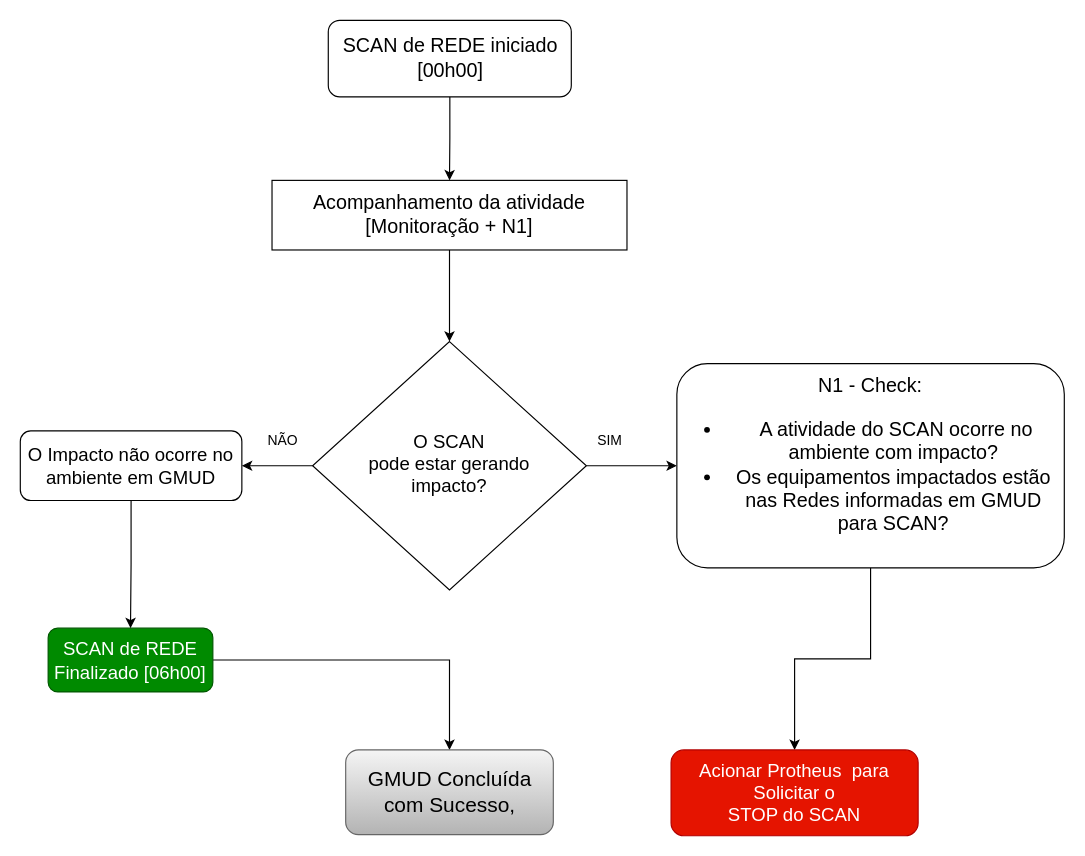
This is FluxoSCAN_REDE_Interna.drawio from eloyx3x/Diagramas, a draw.io file, before an edit. Source tidied: cells renumbered, new cells numbered last; positions are measured from the earlier drawing's top-left corner, leaving out a move shared by most shapes. Both pictures are drawn from the tidied source at 116%, with x=0, y=0 at pixel (20, 20).
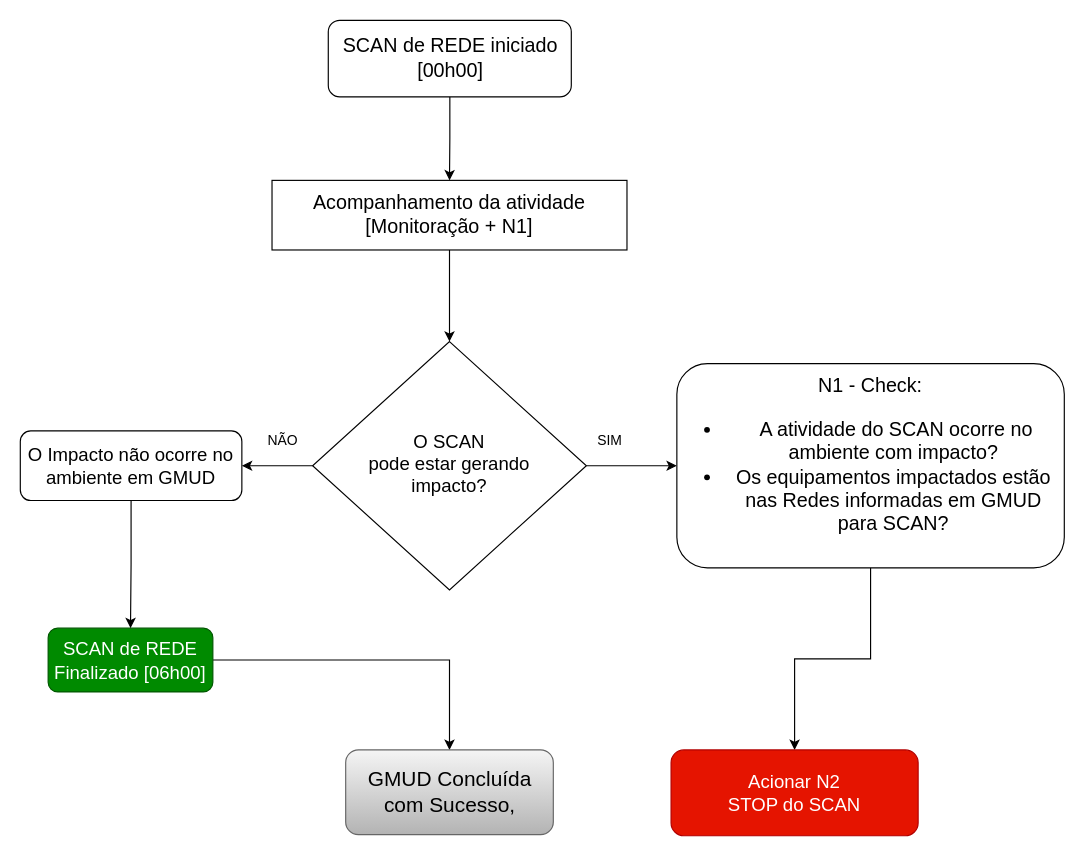
The same page after the edit.

Diff of the diagram source:
```diff
@@
 <mxGraphModel>
   <root>
     <mxCell id="0" />
     <mxCell id="1" parent="0" />
     <mxCell id="2" style="edgeStyle=orthogonalEdgeStyle;rounded=0;jettySize=auto;html=1;entryX=0;entryY=0.5;entryDx=0;entryDy=0;" parent="1" edge="1" source="4" target="15">
       <mxGeometry relative="1" as="geometry" />
     </mxCell>
     <mxCell id="3" style="edgeStyle=orthogonalEdgeStyle;rounded=0;jettySize=auto;html=1;" parent="1" edge="1" source="4" target="13">
       <mxGeometry relative="1" as="geometry" />
     </mxCell>
     <mxCell id="4" value="&lt;div&gt;O SCAN &lt;br&gt;&lt;/div&gt;&lt;div&gt;pode estar gerando &lt;br&gt;&lt;/div&gt;&lt;div&gt;impacto?&lt;/div&gt;" style="rhombus;whiteSpace=wrap;html=1;shadow=0;fontFamily=Helvetica;fontSize=16;align=center;strokeWidth=1;spacing=6;spacingTop=-4;" parent="1" vertex="1">
       <mxGeometry x="252" y="277" width="236" height="214" as="geometry" />
     </mxCell>
     <mxCell id="5" style="edgeStyle=orthogonalEdgeStyle;rounded=0;jettySize=auto;html=1;entryX=0.5;entryY=0;entryDx=0;entryDy=0;" parent="1" edge="1" source="6" target="11">
       <mxGeometry relative="1" as="geometry" />
     </mxCell>
     <mxCell id="6" value="&lt;font style=&quot;font-size: 17px;&quot;&gt;SCAN de REDE iniciado [00h00]&lt;/font&gt;" style="rounded=1;whiteSpace=wrap;html=1;fontSize=17;glass=0;strokeWidth=1;shadow=0;" parent="1" vertex="1">
       <mxGeometry x="265.5" width="209.5" height="66" as="geometry" />
     </mxCell>
     <mxCell id="7" style="edgeStyle=orthogonalEdgeStyle;rounded=0;jettySize=auto;html=1;" parent="1" edge="1" source="8" target="9">
       <mxGeometry relative="1" as="geometry" />
     </mxCell>
     <mxCell id="8" value="SCAN de REDE Finalizado [06h00]" style="rounded=1;whiteSpace=wrap;html=1;fontSize=16;glass=0;strokeWidth=1;shadow=0;fillColor=#008a00;fontColor=#ffffff;strokeColor=#005700;" parent="1" vertex="1">
       <mxGeometry x="24" y="524" width="142" height="55" as="geometry" />
     </mxCell>
     <mxCell id="9" value="&lt;div style=&quot;font-size: 18px;&quot;&gt;GMUD Concluída com Sucesso,&lt;/div&gt;" style="rounded=1;whiteSpace=wrap;html=1;fontSize=18;glass=0;strokeWidth=1;shadow=0;fillColor=#f5f5f5;gradientColor=#b3b3b3;strokeColor=#666666;" parent="1" vertex="1">
       <mxGeometry x="280.5" y="629" width="179" height="73" as="geometry" />
     </mxCell>
     <mxCell id="10" style="edgeStyle=orthogonalEdgeStyle;rounded=0;jettySize=auto;html=1;exitX=0.5;exitY=1;exitDx=0;exitDy=0;" parent="1" edge="1" source="11" target="4">
       <mxGeometry relative="1" as="geometry" />
     </mxCell>
     <mxCell id="11" value="Acompanhamento da atividade [Monitoração + N1]" style="rounded=0;whiteSpace=wrap;html=1;fontSize=17;" parent="1" vertex="1">
       <mxGeometry x="217" y="138" width="306" height="60" as="geometry" />
     </mxCell>
     <mxCell id="12" style="edgeStyle=orthogonalEdgeStyle;rounded=0;jettySize=auto;html=1;" parent="1" edge="1" source="13" target="8">
       <mxGeometry relative="1" as="geometry" />
     </mxCell>
     <mxCell id="13" value="O Impacto não ocorre no ambiente em GMUD" style="rounded=1;whiteSpace=wrap;html=1;fontSize=16;" parent="1" vertex="1">
       <mxGeometry y="354" width="191" height="60" as="geometry" />
     </mxCell>
     <mxCell id="14" style="edgeStyle=orthogonalEdgeStyle;rounded=0;jettySize=auto;html=1;entryX=0.5;entryY=0;entryDx=0;entryDy=0;" parent="1" edge="1" source="15" target="18">
       <mxGeometry relative="1" as="geometry" />
     </mxCell>
     <mxCell id="15" value="&lt;div style=&quot;font-size: 17px;&quot;&gt;N1 - Check:&lt;/div&gt;&lt;ul style=&quot;font-size: 17px;&quot;&gt;&lt;li style=&quot;font-size: 17px;&quot;&gt;&amp;nbsp;A atividade do SCAN ocorre no ambiente com impacto?&lt;/li&gt;&lt;li style=&quot;font-size: 17px;&quot;&gt;Os equipamentos impactados estão nas Redes informadas em GMUD para SCAN?&lt;/li&gt;&lt;/ul&gt;" style="rounded=1;whiteSpace=wrap;html=1;fontSize=17;" parent="1" vertex="1">
       <mxGeometry x="566" y="296" width="334" height="176" as="geometry" />
     </mxCell>
     <mxCell id="16" value="NÃO" style="text;html=1;align=center;verticalAlign=middle;strokeColor=none;fillColor=none;" parent="1" vertex="1">
       <mxGeometry x="204" y="350" width="43" height="26" as="geometry" />
     </mxCell>
     <mxCell id="17" value="SIM" style="text;html=1;align=center;verticalAlign=middle;strokeColor=none;fillColor=none;" parent="1" vertex="1">
       <mxGeometry x="489" y="350" width="38" height="26" as="geometry" />
     </mxCell>
-    <mxCell id="18" value="&lt;div style=&quot;font-size: 16px;&quot;&gt;Acionar Protheus&amp;nbsp; para Solicitar o &lt;br style=&quot;font-size: 16px;&quot;&gt;&lt;/div&gt;&lt;div style=&quot;font-size: 16px;&quot;&gt;STOP do SCAN&lt;/div&gt;" style="rounded=1;whiteSpace=wrap;html=1;fontSize=16;glass=0;strokeWidth=1;shadow=0;fillColor=#e51400;strokeColor=#B20000;fontColor=#ffffff;" parent="1" vertex="1">
+    <mxCell id="18" value="&lt;div style=&quot;font-size: 16px;&quot;&gt;Acionar N2&lt;br style=&quot;font-size: 16px;&quot;&gt;&lt;/div&gt;&lt;div style=&quot;font-size: 16px;&quot;&gt;STOP do SCAN&lt;/div&gt;" style="rounded=1;whiteSpace=wrap;html=1;fontSize=16;glass=0;strokeWidth=1;shadow=0;fillColor=#e51400;strokeColor=#B20000;fontColor=#ffffff;" parent="1" vertex="1">
       <mxGeometry x="561" y="629" width="213" height="74" as="geometry" />
     </mxCell>
   </root>
 </mxGraphModel>
```
